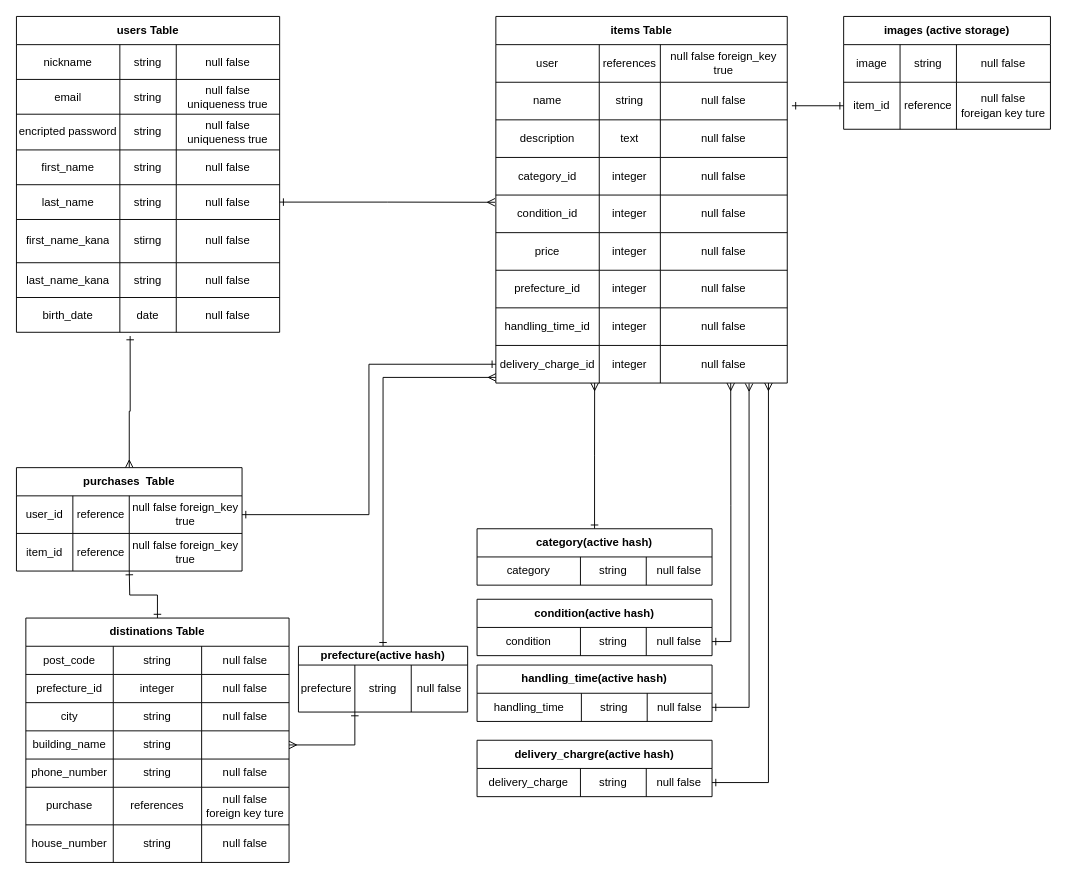
This is frima.dio from sebadohb/furima-20604, a draw.io file, before an edit. Source tidied: cells renumbered, new cells numbered last; positions are measured from the earlier drawing's top-left corner, leaving out a move shared by most shapes. Both pictures are drawn from the tidied source at 94%, with x=0, y=0 at pixel (16, 16).
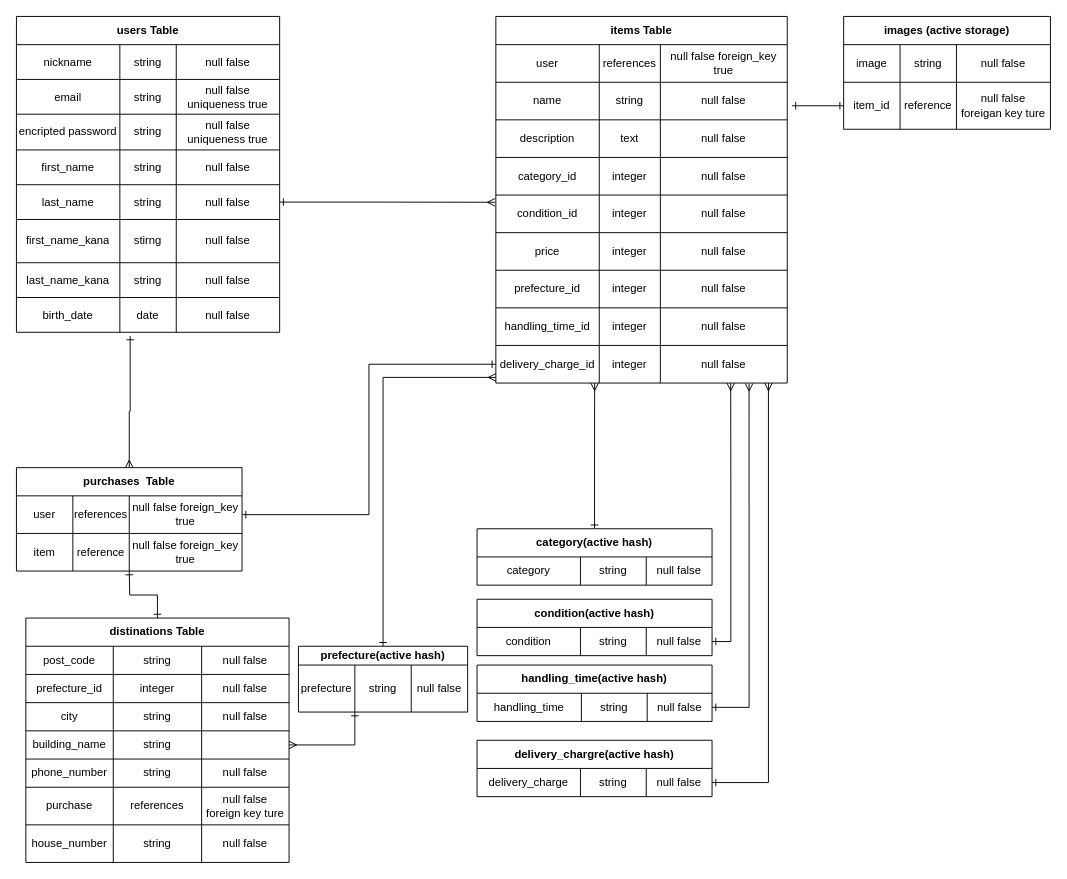
The same page after the edit.

The change refers to these unchanged cells:
```xml
<mxCell id="134" style="shape=partialRectangle;html=1;whiteSpace=wrap;fillColor=none;top=0;left=0;bottom=0;right=0;points=[[0,0.5],[1,0.5]];portConstraint=eastwest;" parent="133" vertex="1">
  <mxGeometry y="30" width="240" height="40" as="geometry" />
</mxCell>
<mxCell id="138" style="shape=partialRectangle;html=1;whiteSpace=wrap;fillColor=none;top=0;left=0;bottom=0;right=0;" parent="133" vertex="1">
  <mxGeometry y="70" width="240" height="40" as="geometry" />
</mxCell>
```

Change to the diagram source:
```diff
@@
-    <mxCell id="135" value="user_id" style="shape=partialRectangle;html=1;whiteSpace=wrap;fillColor=none;top=0;left=0;bottom=0;right=0;overflow=hidden;" parent="134" vertex="1">
+    <mxCell id="135" value="user" style="shape=partialRectangle;html=1;whiteSpace=wrap;fillColor=none;top=0;left=0;bottom=0;right=0;overflow=hidden;" parent="134" vertex="1">
       <mxGeometry width="60" height="40" as="geometry" />
     </mxCell>
-    <mxCell id="136" value="reference" style="shape=partialRectangle;html=1;whiteSpace=wrap;fillColor=none;top=0;left=0;bottom=0;right=0;overflow=hidden;" parent="134" vertex="1">
+    <mxCell id="136" value="references" style="shape=partialRectangle;html=1;whiteSpace=wrap;fillColor=none;top=0;left=0;bottom=0;right=0;overflow=hidden;" parent="134" vertex="1">
       <mxGeometry x="60" width="60" height="40" as="geometry" />
     </mxCell>
@@
-    <mxCell id="139" value="item_id" style="shape=partialRectangle;html=1;whiteSpace=wrap;fillColor=none;top=0;left=0;bottom=0;right=0;overflow=hidden;" parent="138" vertex="1">
+    <mxCell id="139" value="item" style="shape=partialRectangle;html=1;whiteSpace=wrap;fillColor=none;top=0;left=0;bottom=0;right=0;overflow=hidden;" parent="138" vertex="1">
       <mxGeometry width="60" height="40" as="geometry" />
     </mxCell>
```
